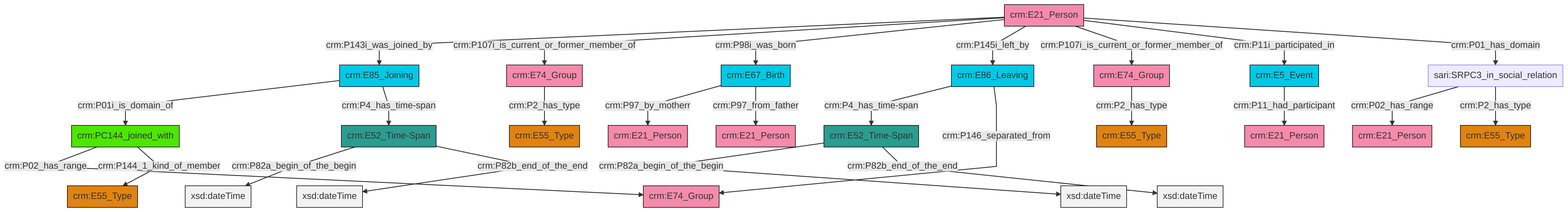
swiss-art-research-net/reference-data-models keeps this Mermaid diagram as et/personCSV/ttl/mmd/png/Person_Actor_Relations.png. Above is the earlier version. Its source is kept beside it as et/personCSV/ttl/mmd/Person_Actor_Relations.ttl.mmd.
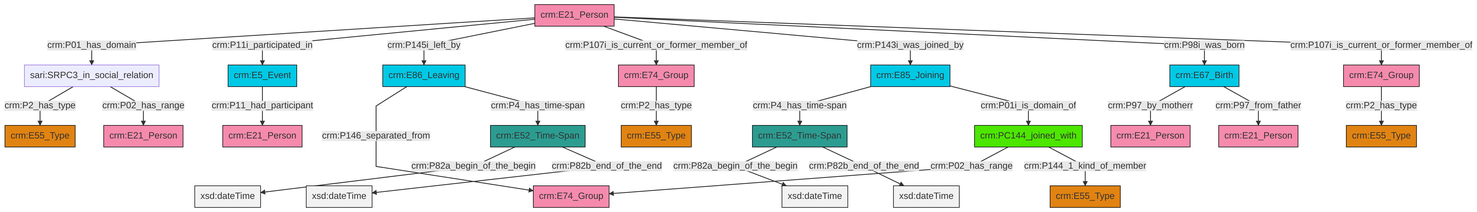
Later version of the same file.

Diff of the diagram source:
```diff
@@ -13,27 +13,27 @@
 classDef PC_Classes fill:#4ce600, stroke:#000000;
 classDef Multi fill:#cccccc,stroke:#000000;
 
-4["sari:SRPC3_in_social_relation"]:::Default -->|crm:P02_has_range| 6["crm:E21_Person"]:::Actor
-9["crm:E67_Birth"]:::Temporal_Entity -->|crm:P97_by_motherr| 10["crm:E21_Person"]:::Actor
-0["crm:E21_Person"]:::Actor -->|crm:P143i_was_joined_by| 11["crm:E85_Joining"]:::Temporal_Entity
-0["crm:E21_Person"]:::Actor -->|crm:P107i_is_current_or_former_member_of| 13["crm:E74_Group"]:::Actor
-18["crm:E5_Event"]:::Temporal_Entity -->|crm:P11_had_participant| 19["crm:E21_Person"]:::Actor
-0["crm:E21_Person"]:::Actor -->|crm:P98i_was_born| 9["crm:E67_Birth"]:::Temporal_Entity
-21["crm:E52_Time-Span"]:::Time-Span -->|crm:P82a_begin_of_the_begin| 22[xsd:dateTime]:::Literal
-28["crm:E86_Leaving"]:::Temporal_Entity -->|crm:P4_has_time-span| 14["crm:E52_Time-Span"]:::Time-Span
-21["crm:E52_Time-Span"]:::Time-Span -->|crm:P82b_end_of_the_end| 29[xsd:dateTime]:::Literal
-0["crm:E21_Person"]:::Actor -->|crm:P145i_left_by| 28["crm:E86_Leaving"]:::Temporal_Entity
-16["crm:PC144_joined_with"]:::PC_Classes -->|crm:P02_has_range| 30["crm:E74_Group"]:::Actor
-14["crm:E52_Time-Span"]:::Time-Span -->|crm:P82a_begin_of_the_begin| 31[xsd:dateTime]:::Literal
-16["crm:PC144_joined_with"]:::PC_Classes -->|crm:P144_1_kind_of_member| 24["crm:E55_Type"]:::Type
-7["crm:E74_Group"]:::Actor -->|crm:P2_has_type| 33["crm:E55_Type"]:::Type
-0["crm:E21_Person"]:::Actor -->|crm:P107i_is_current_or_former_member_of| 7["crm:E74_Group"]:::Actor
-14["crm:E52_Time-Span"]:::Time-Span -->|crm:P82b_end_of_the_end| 40[xsd:dateTime]:::Literal
-13["crm:E74_Group"]:::Actor -->|crm:P2_has_type| 2["crm:E55_Type"]:::Type
-0["crm:E21_Person"]:::Actor -->|crm:P11i_participated_in| 18["crm:E5_Event"]:::Temporal_Entity
-28["crm:E86_Leaving"]:::Temporal_Entity -->|crm:P146_separated_from| 30["crm:E74_Group"]:::Actor
-4["sari:SRPC3_in_social_relation"]:::Default -->|crm:P2_has_type| 41["crm:E55_Type"]:::Type
-11["crm:E85_Joining"]:::Temporal_Entity -->|crm:P01i_is_domain_of| 16["crm:PC144_joined_with"]:::PC_Classes
-0["crm:E21_Person"]:::Actor -->|crm:P01_has_domain| 4["sari:SRPC3_in_social_relation"]:::Default
-11["crm:E85_Joining"]:::Temporal_Entity -->|crm:P4_has_time-span| 21["crm:E52_Time-Span"]:::Time-Span
-9["crm:E67_Birth"]:::Temporal_Entity -->|crm:P97_from_father| 38["crm:E21_Person"]:::Actor
+6["crm:E52_Time-Span"]:::Time-Span -->|crm:P82a_begin_of_the_begin| 7[xsd:dateTime]:::Literal
+0["crm:PC144_joined_with"]:::PC_Classes -->|crm:P02_has_range| 10["crm:E74_Group"]:::Actor
+11["crm:E67_Birth"]:::Temporal_Entity -->|crm:P97_by_motherr| 12["crm:E21_Person"]:::Actor
+13["crm:E21_Person"]:::Actor -->|crm:P01_has_domain| 14["sari:SRPC3_in_social_relation"]:::Default
+8["crm:E85_Joining"]:::Temporal_Entity -->|crm:P4_has_time-span| 15["crm:E52_Time-Span"]:::Time-Span
+13["crm:E21_Person"]:::Actor -->|crm:P11i_participated_in| 16["crm:E5_Event"]:::Temporal_Entity
+18["crm:E74_Group"]:::Actor -->|crm:P2_has_type| 19["crm:E55_Type"]:::Type
+14["sari:SRPC3_in_social_relation"]:::Default -->|crm:P2_has_type| 20["crm:E55_Type"]:::Type
+13["crm:E21_Person"]:::Actor -->|crm:P145i_left_by| 22["crm:E86_Leaving"]:::Temporal_Entity
+13["crm:E21_Person"]:::Actor -->|crm:P107i_is_current_or_former_member_of| 24["crm:E74_Group"]:::Actor
+14["sari:SRPC3_in_social_relation"]:::Default -->|crm:P02_has_range| 26["crm:E21_Person"]:::Actor
+15["crm:E52_Time-Span"]:::Time-Span -->|crm:P82a_begin_of_the_begin| 27[xsd:dateTime]:::Literal
+6["crm:E52_Time-Span"]:::Time-Span -->|crm:P82b_end_of_the_end| 28[xsd:dateTime]:::Literal
+8["crm:E85_Joining"]:::Temporal_Entity -->|crm:P01i_is_domain_of| 0["crm:PC144_joined_with"]:::PC_Classes
+11["crm:E67_Birth"]:::Temporal_Entity -->|crm:P97_from_father| 29["crm:E21_Person"]:::Actor
+13["crm:E21_Person"]:::Actor -->|crm:P143i_was_joined_by| 8["crm:E85_Joining"]:::Temporal_Entity
+24["crm:E74_Group"]:::Actor -->|crm:P2_has_type| 2["crm:E55_Type"]:::Type
+15["crm:E52_Time-Span"]:::Time-Span -->|crm:P82b_end_of_the_end| 32[xsd:dateTime]:::Literal
+22["crm:E86_Leaving"]:::Temporal_Entity -->|crm:P146_separated_from| 10["crm:E74_Group"]:::Actor
+13["crm:E21_Person"]:::Actor -->|crm:P98i_was_born| 11["crm:E67_Birth"]:::Temporal_Entity
+16["crm:E5_Event"]:::Temporal_Entity -->|crm:P11_had_participant| 36["crm:E21_Person"]:::Actor
+13["crm:E21_Person"]:::Actor -->|crm:P107i_is_current_or_former_member_of| 18["crm:E74_Group"]:::Actor
+0["crm:PC144_joined_with"]:::PC_Classes -->|crm:P144_1_kind_of_member| 4["crm:E55_Type"]:::Type
+22["crm:E86_Leaving"]:::Temporal_Entity -->|crm:P4_has_time-span| 6["crm:E52_Time-Span"]:::Time-Span
```
